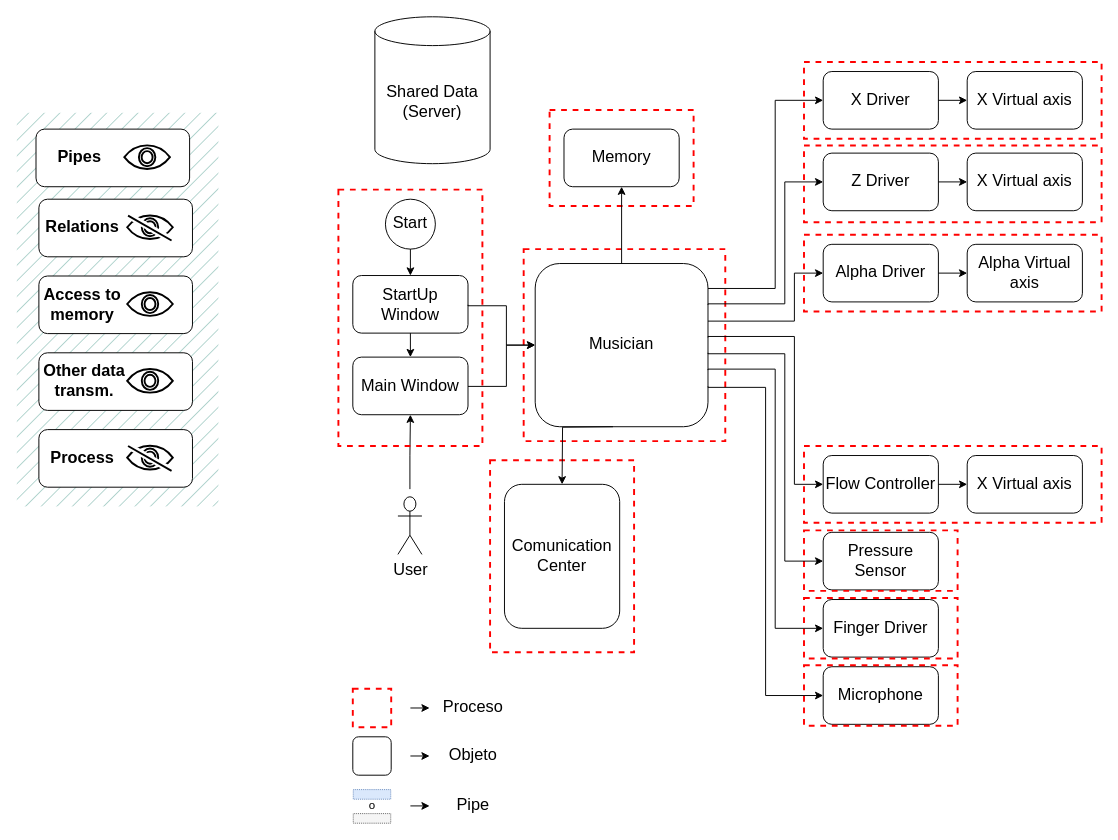
fenahurtado/flutist keeps this draw.io diagram as page "Pipes" (1 of 12) of code_diagram.drawio. Above is the earlier version. Source tidied: cells renumbered, new cells numbered last; positions are measured from the earlier drawing's top-left corner, leaving out a move shared by most shapes. Both pictures are drawn from the tidied source at 96%, with x=0, y=0 at pixel (16, 16).
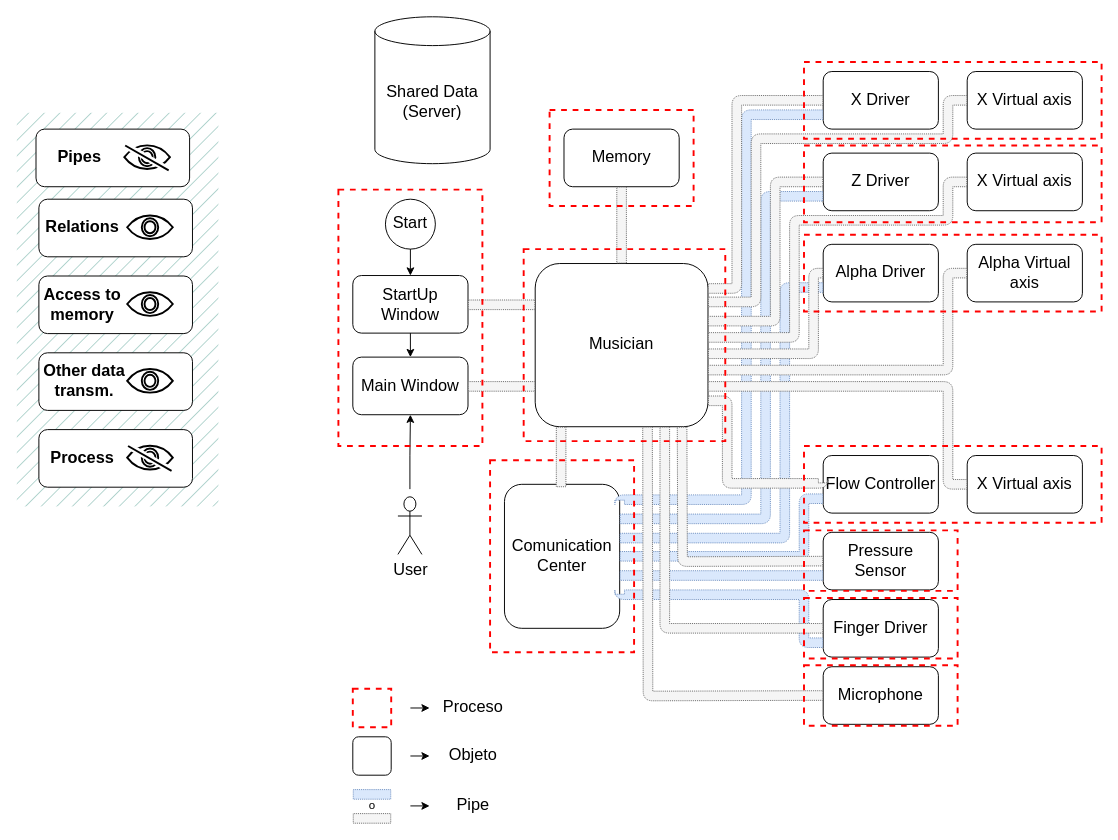
The same diagram, later.

Unchanged cells that the change refers to:
```xml
<mxCell id="70" style="group;strokeWidth=1;" parent="68" vertex="1">
  <mxGeometry x="92" y="16.9" width="47.5" height="26.1" as="geometry" />
</mxCell>
<mxCell id="75" style="group;strokeWidth=1;" parent="73" vertex="1">
  <mxGeometry x="92" y="16.9" width="47.5" height="26.1" as="geometry" />
</mxCell>
```

Diff of the diagram source:
```diff
@@
+    <mxCell id="111" parent="0" />
+    <mxCell id="112" style="shape=flexArrow;endArrow=none;startArrow=none;html=1;rounded=1;strokeWidth=1;startFill=0;endFill=0;edgeStyle=orthogonalEdgeStyle;targetPerimeterSpacing=0;dashed=1;dashPattern=1 1;shadow=0;fillColor=#f5f5f5;strokeColor=#666666;exitX=0.15;exitY=1;exitDx=0;exitDy=0;exitPerimeter=0;" parent="111" edge="1">
+      <mxGeometry relative="1" as="geometry">
+        <mxPoint x="567" y="427" as="sourcePoint" />
+        <mxPoint x="567" y="490" as="targetPoint" />
+      </mxGeometry>
+    </mxCell>
+    <mxCell id="113" style="shape=flexArrow;endArrow=none;startArrow=none;html=1;rounded=1;exitX=0;exitY=0.25;exitDx=0;exitDy=0;strokeWidth=1;startFill=0;endFill=0;edgeStyle=elbowEdgeStyle;targetPerimeterSpacing=0;dashed=1;dashPattern=1 1;shadow=0;fillColor=#f5f5f5;strokeColor=#666666;" parent="111" edge="1">
+      <mxGeometry relative="1" as="geometry">
+        <mxPoint x="540" y="300" as="sourcePoint" />
+        <mxPoint x="470" y="300" as="targetPoint" />
+      </mxGeometry>
+    </mxCell>
+    <mxCell id="114" style="edgeStyle=orthogonalEdgeStyle;rounded=1;orthogonalLoop=1;jettySize=auto;html=1;exitX=1;exitY=0.5;exitDx=0;exitDy=0;entryX=0;entryY=0.75;entryDx=0;entryDy=0;shape=flexArrow;endArrow=none;endFill=0;dashed=1;dashPattern=1 1;fillColor=#f5f5f5;strokeColor=#666666;" parent="111" edge="1">
+      <mxGeometry relative="1" as="geometry">
+        <mxPoint x="470" y="385" as="sourcePoint" />
+        <mxPoint x="540" y="385" as="targetPoint" />
+      </mxGeometry>
+    </mxCell>
+    <mxCell id="115" style="edgeStyle=orthogonalEdgeStyle;rounded=1;orthogonalLoop=1;jettySize=auto;html=1;exitX=1;exitY=0.11;exitDx=0;exitDy=0;exitPerimeter=0;entryX=0;entryY=0.75;entryDx=0;entryDy=0;shape=flexArrow;endArrow=none;endFill=0;dashed=1;dashPattern=1 1;fillColor=#dae8fc;strokeColor=#6c8ebf;" parent="111" edge="1">
+      <mxGeometry relative="1" as="geometry">
+        <mxPoint x="628" y="504" as="sourcePoint" />
+        <mxPoint x="840" y="102" as="targetPoint" />
+        <Array as="points">
+          <mxPoint x="760" y="503" />
+          <mxPoint x="760" y="102" />
+        </Array>
+      </mxGeometry>
+    </mxCell>
+    <mxCell id="116" style="edgeStyle=orthogonalEdgeStyle;rounded=1;orthogonalLoop=1;jettySize=auto;html=1;exitX=1;exitY=0.24;exitDx=0;exitDy=0;exitPerimeter=0;entryX=0;entryY=0.75;entryDx=0;entryDy=0;shape=flexArrow;endArrow=none;endFill=0;dashed=1;dashPattern=1 1;fillColor=#dae8fc;strokeColor=#6c8ebf;" parent="111" edge="1">
+      <mxGeometry relative="1" as="geometry">
+        <mxPoint x="628" y="523" as="sourcePoint" />
+        <mxPoint x="840" y="187" as="targetPoint" />
+        <Array as="points">
+          <mxPoint x="780" y="523" />
+          <mxPoint x="780" y="187" />
+        </Array>
+      </mxGeometry>
+    </mxCell>
+    <mxCell id="117" style="edgeStyle=orthogonalEdgeStyle;rounded=1;orthogonalLoop=1;jettySize=auto;html=1;exitX=1;exitY=0.37;exitDx=0;exitDy=0;exitPerimeter=0;entryX=0;entryY=0.75;entryDx=0;entryDy=0;shape=flexArrow;endArrow=none;endFill=0;dashed=1;dashPattern=1 1;fillColor=#dae8fc;strokeColor=#6c8ebf;" parent="111" edge="1">
+      <mxGeometry relative="1" as="geometry">
+        <mxPoint x="628" y="543" as="sourcePoint" />
+        <mxPoint x="840" y="282" as="targetPoint" />
+        <Array as="points">
+          <mxPoint x="800" y="543" />
+          <mxPoint x="800" y="282" />
+        </Array>
+      </mxGeometry>
+    </mxCell>
+    <mxCell id="118" style="edgeStyle=orthogonalEdgeStyle;rounded=1;orthogonalLoop=1;jettySize=auto;html=1;exitX=1;exitY=0.5;exitDx=0;exitDy=0;exitPerimeter=0;entryX=0;entryY=0.75;entryDx=0;entryDy=0;shape=flexArrow;endArrow=none;endFill=0;dashed=1;dashPattern=1 1;fillColor=#dae8fc;strokeColor=#6c8ebf;" parent="111" edge="1">
+      <mxGeometry relative="1" as="geometry">
+        <mxPoint x="628" y="562" as="sourcePoint" />
+        <mxPoint x="840" y="502" as="targetPoint" />
+        <Array as="points">
+          <mxPoint x="820" y="562" />
+          <mxPoint x="820" y="502" />
+        </Array>
+      </mxGeometry>
+    </mxCell>
+    <mxCell id="119" style="edgeStyle=orthogonalEdgeStyle;rounded=1;orthogonalLoop=1;jettySize=auto;html=1;exitX=1;exitY=0.63;exitDx=0;exitDy=0;exitPerimeter=0;entryX=0;entryY=0.75;entryDx=0;entryDy=0;shape=flexArrow;endArrow=none;endFill=0;dashed=1;dashPattern=1 1;fillColor=#dae8fc;strokeColor=#6c8ebf;" parent="111" edge="1">
+      <mxGeometry relative="1" as="geometry">
+        <mxPoint x="628" y="582" as="sourcePoint" />
+        <mxPoint x="840" y="582" as="targetPoint" />
+      </mxGeometry>
+    </mxCell>
+    <mxCell id="120" style="edgeStyle=orthogonalEdgeStyle;rounded=1;orthogonalLoop=1;jettySize=auto;html=1;exitX=1;exitY=0.76;exitDx=0;exitDy=0;exitPerimeter=0;entryX=0;entryY=0.75;entryDx=0;entryDy=0;shape=flexArrow;endArrow=none;endFill=0;dashed=1;dashPattern=1 1;fillColor=#dae8fc;strokeColor=#6c8ebf;" parent="111" edge="1">
+      <mxGeometry relative="1" as="geometry">
+        <mxPoint x="628" y="601" as="sourcePoint" />
+        <mxPoint x="840" y="652" as="targetPoint" />
+        <Array as="points">
+          <mxPoint x="628" y="602" />
+          <mxPoint x="820" y="602" />
+          <mxPoint x="820" y="652" />
+        </Array>
+      </mxGeometry>
+    </mxCell>
+    <mxCell id="121" style="shape=flexArrow;endArrow=none;startArrow=none;html=1;rounded=1;strokeWidth=1;startFill=0;endFill=0;edgeStyle=elbowEdgeStyle;targetPerimeterSpacing=0;dashed=1;dashPattern=1 1;shadow=0;fillColor=#f5f5f5;strokeColor=#666666;exitX=0;exitY=0.5;exitDx=0;exitDy=0;entryX=1;entryY=0.15;entryDx=0;entryDy=0;entryPerimeter=0;" parent="111" edge="1">
+      <mxGeometry relative="1" as="geometry">
+        <mxPoint x="840" y="87" as="sourcePoint" />
+        <mxPoint x="720" y="283" as="targetPoint" />
+        <Array as="points">
+          <mxPoint x="750" y="187" />
+        </Array>
+      </mxGeometry>
+    </mxCell>
+    <mxCell id="122" style="shape=flexArrow;endArrow=none;startArrow=none;html=1;rounded=1;strokeWidth=1;startFill=0;endFill=0;edgeStyle=elbowEdgeStyle;targetPerimeterSpacing=0;dashed=1;dashPattern=1 1;shadow=0;fillColor=#f5f5f5;strokeColor=#666666;exitX=0;exitY=0.5;exitDx=0;exitDy=0;entryX=1;entryY=0.35;entryDx=0;entryDy=0;entryPerimeter=0;" parent="111" edge="1">
+      <mxGeometry relative="1" as="geometry">
+        <mxPoint x="840" y="172" as="sourcePoint" />
+        <mxPoint x="720" y="317" as="targetPoint" />
+        <Array as="points">
+          <mxPoint x="790" y="247" />
+        </Array>
+      </mxGeometry>
+    </mxCell>
+    <mxCell id="123" style="shape=flexArrow;endArrow=none;startArrow=none;html=1;rounded=1;strokeWidth=1;startFill=0;endFill=0;edgeStyle=orthogonalEdgeStyle;targetPerimeterSpacing=0;dashed=1;dashPattern=1 1;shadow=0;fillColor=#f5f5f5;strokeColor=#666666;exitX=0;exitY=0.5;exitDx=0;exitDy=0;entryX=1;entryY=0.55;entryDx=0;entryDy=0;entryPerimeter=0;" parent="111" edge="1">
+      <mxGeometry relative="1" as="geometry">
+        <mxPoint x="840" y="267" as="sourcePoint" />
+        <mxPoint x="720" y="351" as="targetPoint" />
+        <Array as="points">
+          <mxPoint x="830" y="267" />
+          <mxPoint x="830" y="351" />
+          <mxPoint x="720" y="351" />
+        </Array>
+      </mxGeometry>
+    </mxCell>
+    <mxCell id="124" style="shape=flexArrow;endArrow=none;startArrow=none;html=1;rounded=1;strokeWidth=1;startFill=0;endFill=0;edgeStyle=orthogonalEdgeStyle;targetPerimeterSpacing=0;dashed=1;dashPattern=1 1;shadow=0;fillColor=#f5f5f5;strokeColor=#666666;exitX=0;exitY=0.5;exitDx=0;exitDy=0;entryX=1;entryY=0.85;entryDx=0;entryDy=0;entryPerimeter=0;" parent="111" edge="1">
+      <mxGeometry relative="1" as="geometry">
+        <mxPoint x="840" y="485" as="sourcePoint" />
+        <mxPoint x="720" y="400" as="targetPoint" />
+        <Array as="points">
+          <mxPoint x="740" y="486" />
+          <mxPoint x="740" y="400" />
+        </Array>
+      </mxGeometry>
+    </mxCell>
+    <mxCell id="125" style="shape=flexArrow;endArrow=none;startArrow=none;html=1;rounded=1;strokeWidth=1;startFill=0;endFill=0;edgeStyle=orthogonalEdgeStyle;targetPerimeterSpacing=0;dashed=1;dashPattern=1 1;shadow=0;fillColor=#f5f5f5;strokeColor=#666666;exitX=0;exitY=0.5;exitDx=0;exitDy=0;entryX=0.85;entryY=1;entryDx=0;entryDy=0;entryPerimeter=0;" parent="111" edge="1">
+      <mxGeometry relative="1" as="geometry">
+        <mxPoint x="840" y="567" as="sourcePoint" />
+        <mxPoint x="693" y="427" as="targetPoint" />
+      </mxGeometry>
+    </mxCell>
+    <mxCell id="126" style="shape=flexArrow;endArrow=none;startArrow=none;html=1;rounded=1;strokeWidth=1;startFill=0;endFill=0;edgeStyle=orthogonalEdgeStyle;targetPerimeterSpacing=0;dashed=1;dashPattern=1 1;shadow=0;fillColor=#f5f5f5;strokeColor=#666666;exitX=0;exitY=0.5;exitDx=0;exitDy=0;entryX=0.75;entryY=1;entryDx=0;entryDy=0;entryPerimeter=0;" parent="111" edge="1">
+      <mxGeometry relative="1" as="geometry">
+        <mxPoint x="840" y="637" as="sourcePoint" />
+        <mxPoint x="675" y="427" as="targetPoint" />
+        <Array as="points">
+          <mxPoint x="675" y="637" />
+        </Array>
+      </mxGeometry>
+    </mxCell>
+    <mxCell id="127" style="shape=flexArrow;endArrow=none;startArrow=none;html=1;rounded=1;strokeWidth=1;startFill=0;endFill=0;edgeStyle=orthogonalEdgeStyle;targetPerimeterSpacing=0;dashed=1;dashPattern=1 1;shadow=0;fillColor=#f5f5f5;strokeColor=#666666;exitX=0;exitY=0.5;exitDx=0;exitDy=0;entryX=0.65;entryY=1;entryDx=0;entryDy=0;entryPerimeter=0;" parent="111" edge="1">
+      <mxGeometry relative="1" as="geometry">
+        <mxPoint x="840" y="707" as="sourcePoint" />
+        <mxPoint x="657" y="427" as="targetPoint" />
+      </mxGeometry>
+    </mxCell>
+    <mxCell id="128" style="shape=flexArrow;endArrow=none;startArrow=none;html=1;rounded=1;strokeWidth=1;startFill=0;endFill=0;edgeStyle=elbowEdgeStyle;targetPerimeterSpacing=0;dashed=1;dashPattern=1 1;shadow=0;fillColor=#f5f5f5;strokeColor=#666666;exitX=0.5;exitY=1;exitDx=0;exitDy=0;entryX=0.5;entryY=0;entryDx=0;entryDy=0;entryPerimeter=0;" parent="111" edge="1">
+      <mxGeometry relative="1" as="geometry">
+        <mxPoint x="630" y="177" as="sourcePoint" />
+        <mxPoint x="630" y="257" as="targetPoint" />
+        <Array as="points">
+          <mxPoint x="630" y="207" />
+        </Array>
+      </mxGeometry>
+    </mxCell>
+    <mxCell id="129" style="shape=flexArrow;endArrow=none;startArrow=none;html=1;rounded=1;strokeWidth=1;startFill=0;endFill=0;edgeStyle=orthogonalEdgeStyle;targetPerimeterSpacing=0;dashed=1;dashPattern=1 1;shadow=0;fillColor=#f5f5f5;strokeColor=#666666;exitX=0;exitY=0.5;exitDx=0;exitDy=0;entryX=0.999;entryY=0.235;entryDx=0;entryDy=0;entryPerimeter=0;" parent="111" edge="1">
+      <mxGeometry relative="1" as="geometry">
+        <mxPoint x="990" y="87" as="sourcePoint" />
+        <mxPoint x="720" y="297" as="targetPoint" />
+        <Array as="points">
+          <mxPoint x="970" y="87" />
+          <mxPoint x="970" y="127" />
+          <mxPoint x="770" y="127" />
+          <mxPoint x="770" y="297" />
+        </Array>
+      </mxGeometry>
+    </mxCell>
+    <mxCell id="130" style="shape=flexArrow;endArrow=none;startArrow=none;html=1;rounded=1;strokeWidth=1;startFill=0;endFill=0;edgeStyle=orthogonalEdgeStyle;targetPerimeterSpacing=0;dashed=1;dashPattern=1 1;shadow=0;fillColor=#f5f5f5;strokeColor=#666666;exitX=0;exitY=0.5;exitDx=0;exitDy=0;entryX=1;entryY=0.45;entryDx=0;entryDy=0;entryPerimeter=0;" parent="111" edge="1">
+      <mxGeometry relative="1" as="geometry">
+        <mxPoint x="990" y="172" as="sourcePoint" />
+        <mxPoint x="720" y="334" as="targetPoint" />
+        <Array as="points">
+          <mxPoint x="970" y="172" />
+          <mxPoint x="970" y="212" />
+          <mxPoint x="810" y="212" />
+          <mxPoint x="810" y="334" />
+          <mxPoint x="720" y="334" />
+        </Array>
+      </mxGeometry>
+    </mxCell>
+    <mxCell id="131" style="shape=flexArrow;endArrow=none;startArrow=none;html=1;rounded=1;strokeWidth=1;startFill=0;endFill=0;edgeStyle=orthogonalEdgeStyle;targetPerimeterSpacing=0;dashed=1;dashPattern=1 1;shadow=0;fillColor=#f5f5f5;strokeColor=#666666;exitX=0;exitY=0.5;exitDx=0;exitDy=0;entryX=1;entryY=0.65;entryDx=0;entryDy=0;entryPerimeter=0;" parent="111" edge="1">
+      <mxGeometry relative="1" as="geometry">
+        <mxPoint x="990" y="267" as="sourcePoint" />
+        <mxPoint x="720" y="368" as="targetPoint" />
+        <Array as="points">
+          <mxPoint x="970" y="267" />
+          <mxPoint x="970" y="368" />
+          <mxPoint x="720" y="368" />
+        </Array>
+      </mxGeometry>
+    </mxCell>
+    <mxCell id="132" style="shape=flexArrow;endArrow=none;startArrow=none;html=1;rounded=1;strokeWidth=1;startFill=0;endFill=0;edgeStyle=orthogonalEdgeStyle;targetPerimeterSpacing=0;dashed=1;dashPattern=1 1;shadow=0;fillColor=#f5f5f5;strokeColor=#666666;exitX=0;exitY=0.5;exitDx=0;exitDy=0;entryX=1;entryY=0.75;entryDx=0;entryDy=0;entryPerimeter=0;" parent="111" edge="1">
+      <mxGeometry relative="1" as="geometry">
+        <mxPoint x="990" y="487" as="sourcePoint" />
+        <mxPoint x="720" y="385" as="targetPoint" />
+        <Array as="points">
+          <mxPoint x="970" y="487" />
+          <mxPoint x="970" y="385" />
+          <mxPoint x="720" y="385" />
+        </Array>
+      </mxGeometry>
+    </mxCell>
@@
-    <mxCell id="50" parent="0" />
-    <mxCell id="51" style="edgeStyle=orthogonalEdgeStyle;rounded=0;orthogonalLoop=1;jettySize=auto;html=1;exitX=1;exitY=0.5;exitDx=0;exitDy=0;entryX=0;entryY=0.5;entryDx=0;entryDy=0;entryPerimeter=0;" parent="50" edge="1">
-      <mxGeometry relative="1" as="geometry">
-        <mxPoint x="470" y="300" as="sourcePoint" />
-        <mxPoint x="540" y="342" as="targetPoint" />
-        <Array as="points">
-          <mxPoint x="470" y="301" />
-          <mxPoint x="510" y="301" />
-          <mxPoint x="510" y="342" />
-        </Array>
-      </mxGeometry>
-    </mxCell>
-    <mxCell id="52" style="edgeStyle=orthogonalEdgeStyle;rounded=0;orthogonalLoop=1;jettySize=auto;html=1;exitX=0.5;exitY=0;exitDx=0;exitDy=0;exitPerimeter=0;entryX=0.5;entryY=1;entryDx=0;entryDy=0;" parent="50" edge="1">
-      <mxGeometry relative="1" as="geometry">
-        <mxPoint x="630" y="257" as="sourcePoint" />
-        <mxPoint x="630" y="177" as="targetPoint" />
-      </mxGeometry>
-    </mxCell>
-    <mxCell id="53" style="edgeStyle=orthogonalEdgeStyle;rounded=0;orthogonalLoop=1;jettySize=auto;html=1;exitX=0.45;exitY=1;exitDx=0;exitDy=0;exitPerimeter=0;entryX=0.5;entryY=0;entryDx=0;entryDy=0;entryPerimeter=0;" parent="50" edge="1">
-      <mxGeometry relative="1" as="geometry">
-        <mxPoint x="621" y="427" as="sourcePoint" />
-        <mxPoint x="568" y="487" as="targetPoint" />
-      </mxGeometry>
-    </mxCell>
-    <mxCell id="54" style="edgeStyle=orthogonalEdgeStyle;rounded=0;orthogonalLoop=1;jettySize=auto;html=1;exitX=1;exitY=0.15;exitDx=0;exitDy=0;exitPerimeter=0;entryX=0;entryY=0.5;entryDx=0;entryDy=0;" parent="50" edge="1">
-      <mxGeometry relative="1" as="geometry">
-        <mxPoint x="720" y="283" as="sourcePoint" />
-        <mxPoint x="840" y="87" as="targetPoint" />
-        <Array as="points">
-          <mxPoint x="790" y="283" />
-          <mxPoint x="790" y="87" />
-        </Array>
-      </mxGeometry>
-    </mxCell>
-    <mxCell id="55" style="edgeStyle=orthogonalEdgeStyle;rounded=0;orthogonalLoop=1;jettySize=auto;html=1;exitX=1;exitY=0.25;exitDx=0;exitDy=0;exitPerimeter=0;entryX=0;entryY=0.5;entryDx=0;entryDy=0;" parent="50" edge="1">
-      <mxGeometry relative="1" as="geometry">
-        <mxPoint x="720" y="300" as="sourcePoint" />
-        <mxPoint x="840" y="172" as="targetPoint" />
-        <Array as="points">
-          <mxPoint x="800" y="299" />
-          <mxPoint x="800" y="172" />
-        </Array>
-      </mxGeometry>
-    </mxCell>
-    <mxCell id="56" style="edgeStyle=orthogonalEdgeStyle;rounded=0;orthogonalLoop=1;jettySize=auto;html=1;exitX=1;exitY=0.35;exitDx=0;exitDy=0;exitPerimeter=0;entryX=0;entryY=0.5;entryDx=0;entryDy=0;" parent="50" edge="1">
-      <mxGeometry relative="1" as="geometry">
-        <mxPoint x="720" y="317" as="sourcePoint" />
-        <mxPoint x="840" y="267" as="targetPoint" />
-        <Array as="points">
-          <mxPoint x="810" y="317" />
-          <mxPoint x="810" y="267" />
-        </Array>
-      </mxGeometry>
-    </mxCell>
-    <mxCell id="57" style="edgeStyle=orthogonalEdgeStyle;rounded=0;orthogonalLoop=1;jettySize=auto;html=1;exitX=1;exitY=0.45;exitDx=0;exitDy=0;exitPerimeter=0;entryX=0;entryY=0.5;entryDx=0;entryDy=0;" parent="50" edge="1">
-      <mxGeometry relative="1" as="geometry">
-        <mxPoint x="720" y="334" as="sourcePoint" />
-        <mxPoint x="840" y="487" as="targetPoint" />
-        <Array as="points">
-          <mxPoint x="810" y="333" />
-          <mxPoint x="810" y="487" />
-        </Array>
-      </mxGeometry>
-    </mxCell>
-    <mxCell id="58" style="edgeStyle=orthogonalEdgeStyle;rounded=0;orthogonalLoop=1;jettySize=auto;html=1;exitX=1;exitY=0.55;exitDx=0;exitDy=0;exitPerimeter=0;entryX=0;entryY=0.5;entryDx=0;entryDy=0;" parent="50" edge="1">
-      <mxGeometry relative="1" as="geometry">
-        <mxPoint x="720" y="350" as="sourcePoint" />
-        <mxPoint x="840" y="567" as="targetPoint" />
-        <Array as="points">
-          <mxPoint x="800" y="351" />
-          <mxPoint x="800" y="567" />
-        </Array>
-      </mxGeometry>
-    </mxCell>
-    <mxCell id="59" style="edgeStyle=orthogonalEdgeStyle;rounded=0;orthogonalLoop=1;jettySize=auto;html=1;exitX=1;exitY=0.65;exitDx=0;exitDy=0;exitPerimeter=0;entryX=0;entryY=0.5;entryDx=0;entryDy=0;" parent="50" edge="1">
-      <mxGeometry relative="1" as="geometry">
-        <mxPoint x="720" y="368" as="sourcePoint" />
-        <mxPoint x="840" y="637" as="targetPoint" />
-        <Array as="points">
-          <mxPoint x="790" y="367" />
-          <mxPoint x="790" y="637" />
-        </Array>
-      </mxGeometry>
-    </mxCell>
-    <mxCell id="60" style="edgeStyle=orthogonalEdgeStyle;rounded=0;orthogonalLoop=1;jettySize=auto;html=1;exitX=1;exitY=0.75;exitDx=0;exitDy=0;exitPerimeter=0;entryX=0;entryY=0.5;entryDx=0;entryDy=0;" parent="50" edge="1">
-      <mxGeometry relative="1" as="geometry">
-        <mxPoint x="720" y="385" as="sourcePoint" />
-        <mxPoint x="840" y="707" as="targetPoint" />
-        <Array as="points">
-          <mxPoint x="780" y="386" />
-          <mxPoint x="780" y="707" />
-        </Array>
-      </mxGeometry>
-    </mxCell>
-    <mxCell id="61" style="edgeStyle=orthogonalEdgeStyle;rounded=0;orthogonalLoop=1;jettySize=auto;html=1;exitX=1;exitY=0.5;exitDx=0;exitDy=0;" parent="50" edge="1">
-      <mxGeometry relative="1" as="geometry">
-        <mxPoint x="470" y="385" as="sourcePoint" />
-        <mxPoint x="540" y="342" as="targetPoint" />
-        <Array as="points">
-          <mxPoint x="510" y="385" />
-          <mxPoint x="510" y="342" />
-        </Array>
-      </mxGeometry>
-    </mxCell>
-    <mxCell id="62" style="edgeStyle=orthogonalEdgeStyle;rounded=0;orthogonalLoop=1;jettySize=auto;html=1;exitX=1;exitY=0.5;exitDx=0;exitDy=0;entryX=0;entryY=0.5;entryDx=0;entryDy=0;" parent="50" edge="1">
-      <mxGeometry relative="1" as="geometry">
-        <mxPoint x="960" y="87" as="sourcePoint" />
-        <mxPoint x="990" y="87" as="targetPoint" />
-      </mxGeometry>
-    </mxCell>
-    <mxCell id="63" style="edgeStyle=orthogonalEdgeStyle;rounded=0;orthogonalLoop=1;jettySize=auto;html=1;exitX=1;exitY=0.5;exitDx=0;exitDy=0;entryX=0;entryY=0.5;entryDx=0;entryDy=0;" parent="50" edge="1">
-      <mxGeometry relative="1" as="geometry">
-        <mxPoint x="960" y="172" as="sourcePoint" />
-        <mxPoint x="990" y="172" as="targetPoint" />
-      </mxGeometry>
-    </mxCell>
-    <mxCell id="64" style="edgeStyle=orthogonalEdgeStyle;rounded=0;orthogonalLoop=1;jettySize=auto;html=1;exitX=1;exitY=0.5;exitDx=0;exitDy=0;entryX=0;entryY=0.5;entryDx=0;entryDy=0;" parent="50" edge="1">
-      <mxGeometry relative="1" as="geometry">
-        <mxPoint x="960" y="267" as="sourcePoint" />
-        <mxPoint x="990" y="267" as="targetPoint" />
-      </mxGeometry>
-    </mxCell>
-    <mxCell id="65" style="edgeStyle=orthogonalEdgeStyle;rounded=0;orthogonalLoop=1;jettySize=auto;html=1;exitX=1;exitY=0.5;exitDx=0;exitDy=0;entryX=0;entryY=0.5;entryDx=0;entryDy=0;" parent="50" edge="1">
-      <mxGeometry relative="1" as="geometry">
-        <mxPoint x="960" y="487" as="sourcePoint" />
-        <mxPoint x="990" y="487" as="targetPoint" />
-      </mxGeometry>
-    </mxCell>
@@
+    <mxCell id="77" style="group;" parent="70" vertex="1">
+      <mxGeometry x="0.9" width="45.5" height="26.1" as="geometry" />
+    </mxCell>
+    <mxCell id="133" style="endArrow=none;html=1;rounded=0;strokeWidth=7;strokeColor=#FFFFFF;" parent="77" edge="1">
+      <mxGeometry relative="1" as="geometry">
+        <mxPoint x="45.5" y="25.9" as="sourcePoint" />
+        <mxPoint x="0.2" as="targetPoint" />
+      </mxGeometry>
+    </mxCell>
+    <mxCell id="134" style="endArrow=none;html=1;rounded=0;strokeWidth=2;" parent="77" edge="1">
+      <mxGeometry relative="1" as="geometry">
+        <mxPoint x="45.3" y="26.1" as="sourcePoint" />
+        <mxPoint y="0.2" as="targetPoint" />
+      </mxGeometry>
+    </mxCell>
@@
-    <mxCell id="77" style="group;" parent="75" vertex="1">
-      <mxGeometry x="0.9" width="45.5" height="26.1" as="geometry" />
-    </mxCell>
-    <mxCell id="78" style="endArrow=none;html=1;rounded=0;strokeWidth=7;strokeColor=#FFFFFF;" parent="77" edge="1">
-      <mxGeometry relative="1" as="geometry">
-        <mxPoint x="45.5" y="25.9" as="sourcePoint" />
-        <mxPoint x="0.2" as="targetPoint" />
-      </mxGeometry>
-    </mxCell>
-    <mxCell id="79" style="endArrow=none;html=1;rounded=0;strokeWidth=2;" parent="77" edge="1">
-      <mxGeometry relative="1" as="geometry">
-        <mxPoint x="45.3" y="26.1" as="sourcePoint" />
-        <mxPoint y="0.2" as="targetPoint" />
-      </mxGeometry>
-    </mxCell>
```
